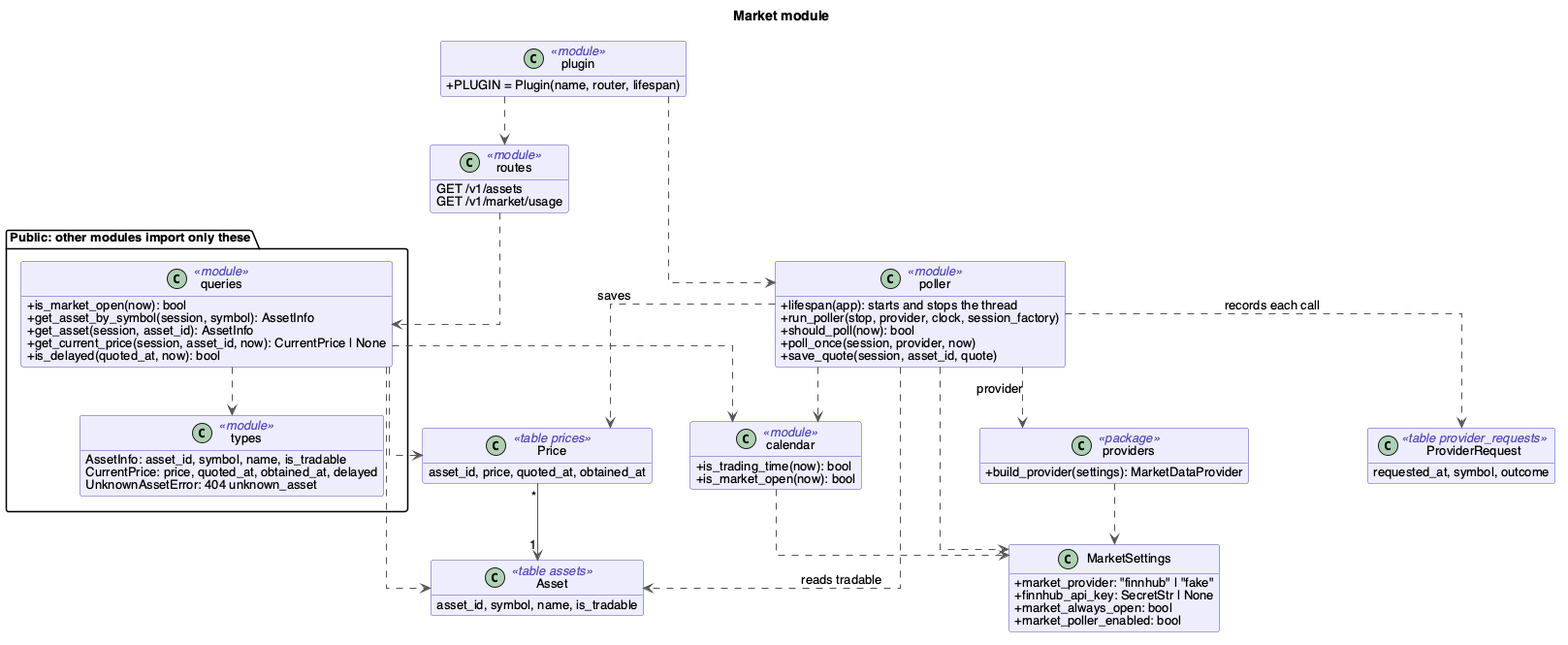
Above: docs/Design/SoftArchitecture/figures/market.png in davislenover/BurnNEarn (PlantUML), before the change. Its diagram source:
```plantuml
@startuml market
!include style.iuml
title Market module

package "Public: other modules import only these" #FAFAFA {
  class queries <<module>> {
    +is_market_open(now): bool
    +get_asset_by_symbol(session, symbol): AssetInfo
    +get_asset(session, asset_id): AssetInfo
    +get_current_price(session, asset_id, now): CurrentPrice | None
    +is_delayed(quoted_at, now): bool
  }
  class types <<module>> {
    AssetInfo: asset_id, symbol, name, is_tradable
    CurrentPrice: price, quoted_at, obtained_at, delayed
    UnknownAssetError: 404 unknown_asset
  }
}

class routes <<module>> {
  GET /v1/assets
  GET /v1/market/usage
}
class plugin <<module>> {
  +PLUGIN = Plugin(name, router, lifespan)
}
class poller <<module>> {
  +lifespan(app): starts and stops the thread
  +run_poller(stop, provider, clock, session_factory)
  +should_poll(now): bool
  +poll_once(session, provider, now)
  +save_quote(session, asset_id, quote)
}
class calendar <<module>> {
  +is_trading_time(now): bool
  +is_market_open(now): bool
}
class MarketSettings {
  +market_provider: "finnhub" | "fake"
  +finnhub_api_key: SecretStr | None
  +market_always_open: bool
  +market_poller_enabled: bool
}
class providers <<package>> {
  +build_provider(settings): MarketDataProvider
}
class Asset <<table assets>> {
  asset_id, symbol, name, is_tradable
}
class Price <<table prices>> {
  asset_id, price, quoted_at, obtained_at
}
class ProviderRequest <<table provider_requests>> {
  requested_at, symbol, outcome
}

plugin ..> routes
plugin ..> poller
routes ..> queries
queries ..> types
queries ..> calendar
queries ..> Price
queries ..> Asset
poller ..> providers : provider
poller ..> Price : saves
poller ..> ProviderRequest : records each call
poller ..> Asset : reads tradable
poller ..> calendar
poller ..> MarketSettings
calendar ..> MarketSettings
providers ..> MarketSettings
Price "*" --> "1" Asset
@enduml
```
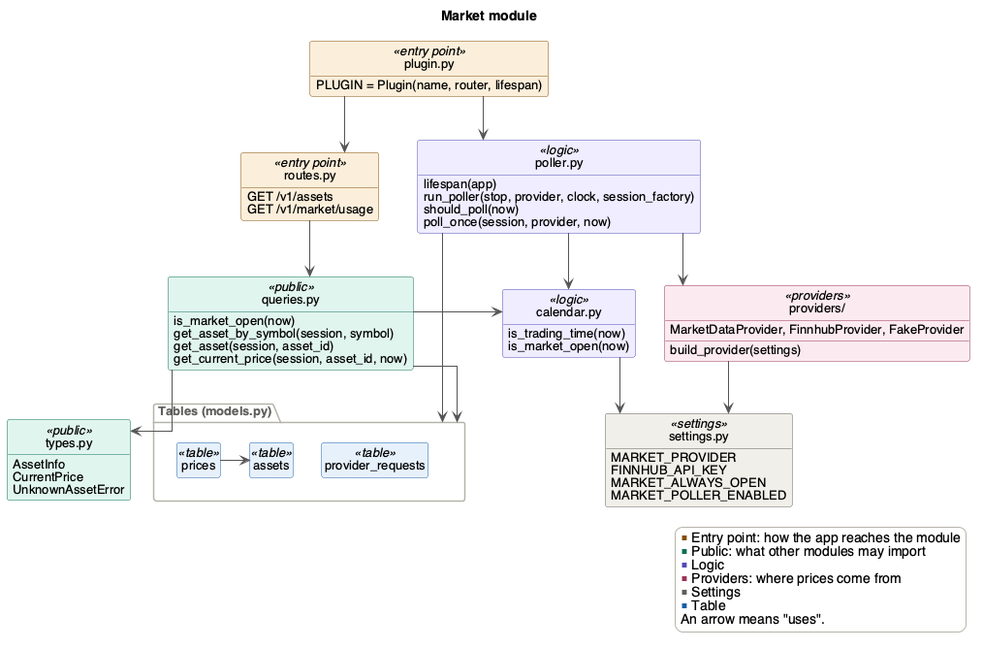
After the change.

Commit message:
Explain the backend design patterns with UML class and sequence diagrams

Diff of the diagram source:
```diff
@@ -1,73 +1,106 @@
 @startuml market
-!include style.iuml
+skinparam shadowing false
+skinparam defaultFontName Helvetica
+skinparam defaultFontSize 13
+skinparam classAttributeIconSize 0
+skinparam linetype ortho
+skinparam nodesep 30
+skinparam ranksep 45
+skinparam ArrowColor #555555
+skinparam LegendBackgroundColor #FFFFFF
+skinparam LegendBorderColor #B4B2A9
+skinparam PackageBorderColor #B4B2A9
+skinparam PackageFontColor #5F5E5A
+skinparam class {
+  BorderColor #888780
+  BackgroundColor<<entry point>> #FAEEDA
+  BorderColor<<entry point>> #854F0B
+  BackgroundColor<<public>> #E1F5EE
+  BorderColor<<public>> #0F6E56
+  BackgroundColor<<logic>> #EEEDFE
+  BorderColor<<logic>> #534AB7
+  BackgroundColor<<providers>> #FBEAF0
+  BorderColor<<providers>> #993556
+  BackgroundColor<<settings>> #F1EFE8
+  BorderColor<<settings>> #5F5E5A
+  BackgroundColor<<table>> #E6F1FB
+  BorderColor<<table>> #185FA5
+}
+hide circle
+hide empty members
 title Market module
 
-package "Public: other modules import only these" #FAFAFA {
-  class queries <<module>> {
-    +is_market_open(now): bool
-    +get_asset_by_symbol(session, symbol): AssetInfo
-    +get_asset(session, asset_id): AssetInfo
-    +get_current_price(session, asset_id, now): CurrentPrice | None
-    +is_delayed(quoted_at, now): bool
-  }
-  class types <<module>> {
-    AssetInfo: asset_id, symbol, name, is_tradable
-    CurrentPrice: price, quoted_at, obtained_at, delayed
-    UnknownAssetError: 404 unknown_asset
-  }
+class "plugin.py" as plugin <<entry point>> {
+  PLUGIN = Plugin(name, router, lifespan)
 }
-
-class routes <<module>> {
+class "routes.py" as routes <<entry point>> {
   GET /v1/assets
   GET /v1/market/usage
 }
-class plugin <<module>> {
-  +PLUGIN = Plugin(name, router, lifespan)
+
+class "queries.py" as queries <<public>> {
+  is_market_open(now)
+  get_asset_by_symbol(session, symbol)
+  get_asset(session, asset_id)
+  get_current_price(session, asset_id, now)
 }
-class poller <<module>> {
-  +lifespan(app): starts and stops the thread
-  +run_poller(stop, provider, clock, session_factory)
-  +should_poll(now): bool
-  +poll_once(session, provider, now)
-  +save_quote(session, asset_id, quote)
-}
-class calendar <<module>> {
-  +is_trading_time(now): bool
-  +is_market_open(now): bool
-}
-class MarketSettings {
-  +market_provider: "finnhub" | "fake"
-  +finnhub_api_key: SecretStr | None
-  +market_always_open: bool
-  +market_poller_enabled: bool
-}
-class providers <<package>> {
-  +build_provider(settings): MarketDataProvider
-}
-class Asset <<table assets>> {
-  asset_id, symbol, name, is_tradable
-}
-class Price <<table prices>> {
-  asset_id, price, quoted_at, obtained_at
-}
-class ProviderRequest <<table provider_requests>> {
-  requested_at, symbol, outcome
+class "types.py" as types <<public>> {
+  AssetInfo
+  CurrentPrice
+  UnknownAssetError
 }
 
-plugin ..> routes
-plugin ..> poller
-routes ..> queries
-queries ..> types
-queries ..> calendar
-queries ..> Price
-queries ..> Asset
-poller ..> providers : provider
-poller ..> Price : saves
-poller ..> ProviderRequest : records each call
-poller ..> Asset : reads tradable
-poller ..> calendar
-poller ..> MarketSettings
-calendar ..> MarketSettings
-providers ..> MarketSettings
-Price "*" --> "1" Asset
+class "poller.py" as poller <<logic>> {
+  lifespan(app)
+  run_poller(stop, provider, clock, session_factory)
+  should_poll(now)
+  poll_once(session, provider, now)
+}
+class "calendar.py" as calendar <<logic>> {
+  is_trading_time(now)
+  is_market_open(now)
+}
+class "providers/" as providers <<providers>> {
+  build_provider(settings)
+  MarketDataProvider, FinnhubProvider, FakeProvider
+}
+class "settings.py" as settings <<settings>> {
+  MARKET_PROVIDER
+  FINNHUB_API_KEY
+  MARKET_ALWAYS_OPEN
+  MARKET_POLLER_ENABLED
+}
+
+package "Tables (models.py)" as tables {
+  class "assets" as assets <<table>>
+  class "prices" as prices <<table>>
+  class "provider_requests" as requests <<table>>
+}
+
+plugin --> routes
+plugin --> poller
+routes --> queries
+queries --> types
+queries --> calendar
+poller --> calendar
+poller --> providers
+calendar --> settings
+providers --> settings
+queries --> tables
+poller --> tables
+prices -> assets
+
+queries -[hidden]right- calendar
+calendar -[hidden]right- providers
+types -[hidden]right- tables
+
+legend right
+  <color:#854F0B>■</color> Entry point: how the app reaches the module
+  <color:#0F6E56>■</color> Public: what other modules may import
+  <color:#534AB7>■</color> Logic
+  <color:#993556>■</color> Providers: where prices come from
+  <color:#5F5E5A>■</color> Settings
+  <color:#185FA5>■</color> Table
+  An arrow means "uses".
+endlegend
 @enduml
```
